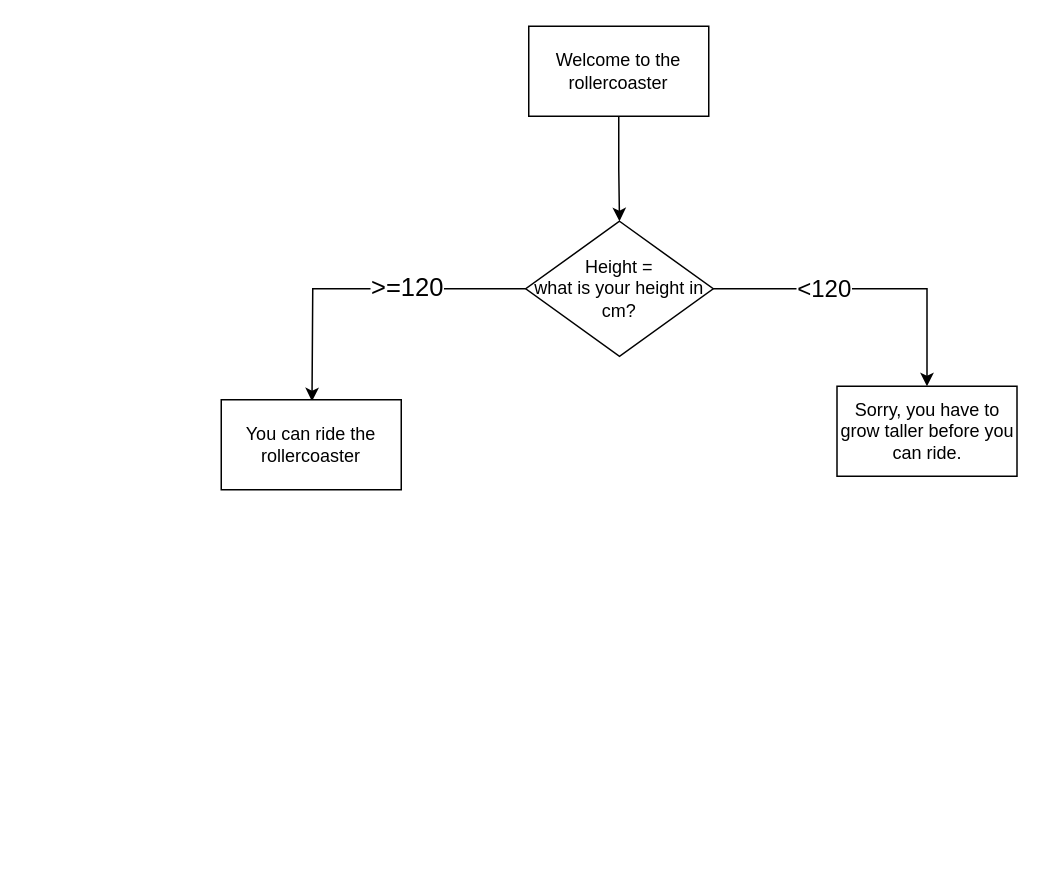
Above: Rollercoaster.drawio in sudobro-creator/100-Days (draw.io), before the change. Source tidied: cells renumbered, new cells numbered last; positions are measured from the earlier drawing's top-left corner, leaving out a move shared by most shapes. Both pictures are drawn from the tidied source at 150%, with x=0, y=0 at pixel (220, 26).
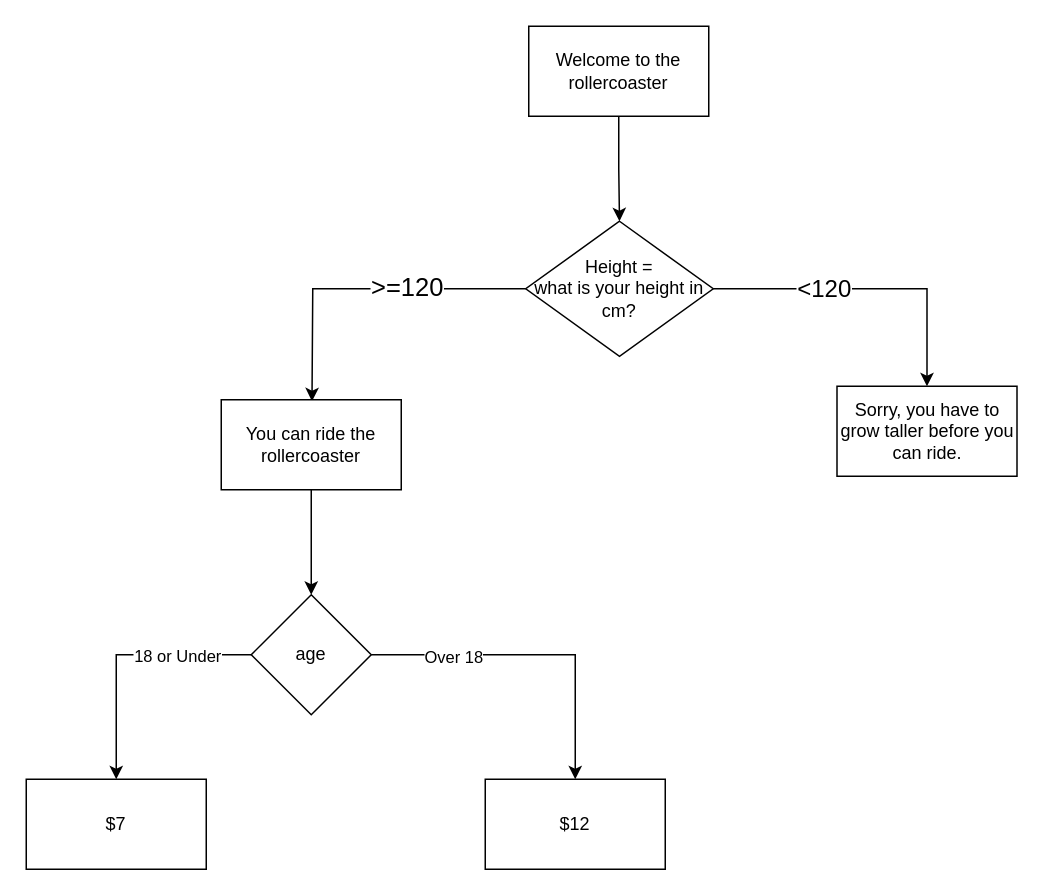
The same diagram, later.

The change refers to these unchanged cells:
```xml
<mxCell id="10" value="You can ride the rollercoaster" style="whiteSpace=wrap;html=1;rounded=0;" parent="1" vertex="1">
  <mxGeometry y="249" width="120" height="60" as="geometry" />
</mxCell>
```

What changed in the source:
```diff
@@
+    <mxCell id="11" style="edgeStyle=orthogonalEdgeStyle;rounded=0;jettySize=auto;html=1;" parent="1" edge="1" source="10" target="16">
+      <mxGeometry relative="1" as="geometry" />
+    </mxCell>
@@
+    <mxCell id="12" style="edgeStyle=orthogonalEdgeStyle;rounded=0;jettySize=auto;html=1;" parent="1" edge="1" source="16" target="17">
+      <mxGeometry relative="1" as="geometry" />
+    </mxCell>
+    <mxCell id="13" value="Over 18" style="edgeLabel;html=1;align=center;verticalAlign=middle;" parent="12" vertex="1">
+      <mxGeometry x="-0.51" y="-1" relative="1" as="geometry" />
+    </mxCell>
+    <mxCell id="14" style="edgeStyle=orthogonalEdgeStyle;rounded=0;jettySize=auto;html=1;" parent="1" edge="1" source="16" target="18">
+      <mxGeometry relative="1" as="geometry" />
+    </mxCell>
+    <mxCell id="15" value="18 or Under" style="edgeLabel;html=1;align=center;verticalAlign=middle;" parent="14" vertex="1">
+      <mxGeometry x="-0.42" relative="1" as="geometry" />
+    </mxCell>
+    <mxCell id="16" value="age" style="rhombus;whiteSpace=wrap;html=1;rounded=0;" parent="1" vertex="1">
+      <mxGeometry x="20" y="379" width="80" height="80" as="geometry" />
+    </mxCell>
+    <mxCell id="17" value="$12" style="whiteSpace=wrap;html=1;rounded=0;" parent="1" vertex="1">
+      <mxGeometry x="176" y="502" width="120" height="60" as="geometry" />
+    </mxCell>
+    <mxCell id="18" value="$7" style="whiteSpace=wrap;html=1;rounded=0;" parent="1" vertex="1">
+      <mxGeometry x="-130" y="502" width="120" height="60" as="geometry" />
+    </mxCell>
```
